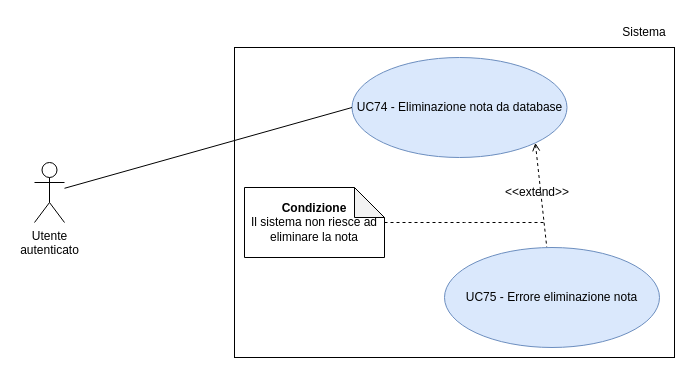
This is RTB/doc_esterna/analisi-dei-requisiti/assets/draw.io/UC74.drawio from thebitless-group-swe/thebitless.github.io, a draw.io file, before an edit. Source tidied: cells renumbered, new cells numbered last; positions are measured from the earlier drawing's top-left corner, leaving out a move shared by most shapes. Both pictures are drawn from the tidied source at 100%, with x=0, y=0 at pixel (34, 17).
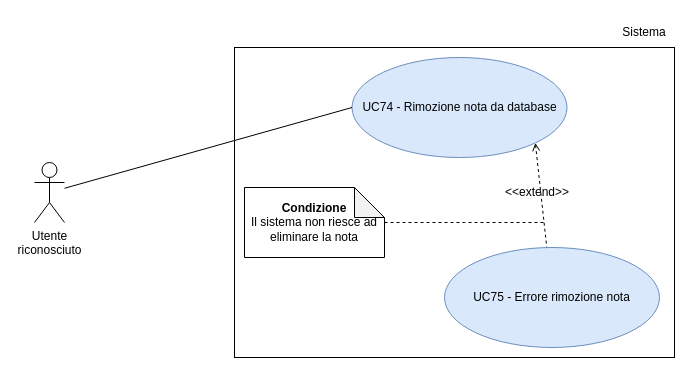
The same diagram, later.

Change to the diagram source:
```diff
@@
 <mxGraphModel>
   <root>
     <mxCell id="0" />
     <mxCell id="1" parent="0" />
     <mxCell id="2" style="rounded=0;whiteSpace=wrap;html=1;" parent="1" vertex="1">
       <mxGeometry x="200" y="30" width="440" height="310" as="geometry" />
     </mxCell>
     <mxCell id="3" style="rounded=0;jettySize=auto;html=1;exitX=1;exitY=1;exitDx=0;exitDy=0;dashed=1;startArrow=open;startFill=0;endArrow=none;endFill=0;" parent="1" edge="1" source="4" target="8">
       <mxGeometry relative="1" as="geometry" />
     </mxCell>
-    <mxCell id="4" value="UC74 - Eliminazione nota da database" style="ellipse;whiteSpace=wrap;html=1;fillColor=#dae8fc;strokeColor=#6c8ebf;" parent="1" vertex="1">
+    <mxCell id="4" value="UC74 - Rimozione nota da database" style="ellipse;whiteSpace=wrap;html=1;fillColor=#dae8fc;strokeColor=#6c8ebf;" parent="1" vertex="1">
       <mxGeometry x="317.5" y="40" width="215" height="100" as="geometry" />
     </mxCell>
     <mxCell id="5" style="rounded=0;jettySize=auto;html=1;endArrow=none;endFill=0;entryX=0;entryY=0.5;entryDx=0;entryDy=0;" parent="1" edge="1" source="6" target="4">
       <mxGeometry relative="1" as="geometry" />
     </mxCell>
-    <mxCell id="6" value="Utente&lt;div&gt;autenticato&lt;/div&gt;" style="shape=umlActor;verticalLabelPosition=bottom;verticalAlign=top;html=1;outlineConnect=0;" parent="1" vertex="1">
+    <mxCell id="6" value="Utente&lt;div&gt;riconosciuto&lt;/div&gt;" style="shape=umlActor;verticalLabelPosition=bottom;verticalAlign=top;html=1;outlineConnect=0;" parent="1" vertex="1">
       <mxGeometry y="145" width="30" height="60" as="geometry" />
     </mxCell>
     <mxCell id="7" value="Sistema" style="text;html=1;whiteSpace=wrap;strokeColor=none;fillColor=none;align=center;verticalAlign=middle;rounded=0;" parent="1" vertex="1">
       <mxGeometry x="580" width="60" height="30" as="geometry" />
     </mxCell>
-    <mxCell id="8" value="UC75 - Errore eliminazione nota" style="ellipse;whiteSpace=wrap;html=1;fillColor=#dae8fc;strokeColor=#6c8ebf;" parent="1" vertex="1">
+    <mxCell id="8" value="UC75 - Errore rimozione nota" style="ellipse;whiteSpace=wrap;html=1;fillColor=#dae8fc;strokeColor=#6c8ebf;" parent="1" vertex="1">
       <mxGeometry x="410" y="230" width="215" height="100" as="geometry" />
     </mxCell>
     <mxCell id="9" style="edgeStyle=orthogonalEdgeStyle;rounded=0;jettySize=auto;html=1;endArrow=none;endFill=0;dashed=1;" parent="1" edge="1" source="10">
       <mxGeometry relative="1" as="geometry">
         <mxPoint x="510" y="205" as="targetPoint" />
       </mxGeometry>
     </mxCell>
     <mxCell id="10" value="&lt;b&gt;Condizione&lt;/b&gt;&lt;div&gt;Il sistema non riesce ad eliminare la nota&lt;/div&gt;" style="shape=note;whiteSpace=wrap;html=1;backgroundOutline=1;darkOpacity=0.05;" parent="1" vertex="1">
       <mxGeometry x="210" y="170" width="140" height="70" as="geometry" />
     </mxCell>
     <mxCell id="11" value="&amp;lt;&amp;lt;extend&amp;gt;&amp;gt;" style="text;html=1;whiteSpace=wrap;strokeColor=none;fillColor=none;align=center;verticalAlign=middle;rounded=0;" parent="1" vertex="1">
       <mxGeometry x="472.5" y="160" width="60" height="30" as="geometry" />
     </mxCell>
   </root>
 </mxGraphModel>
```
